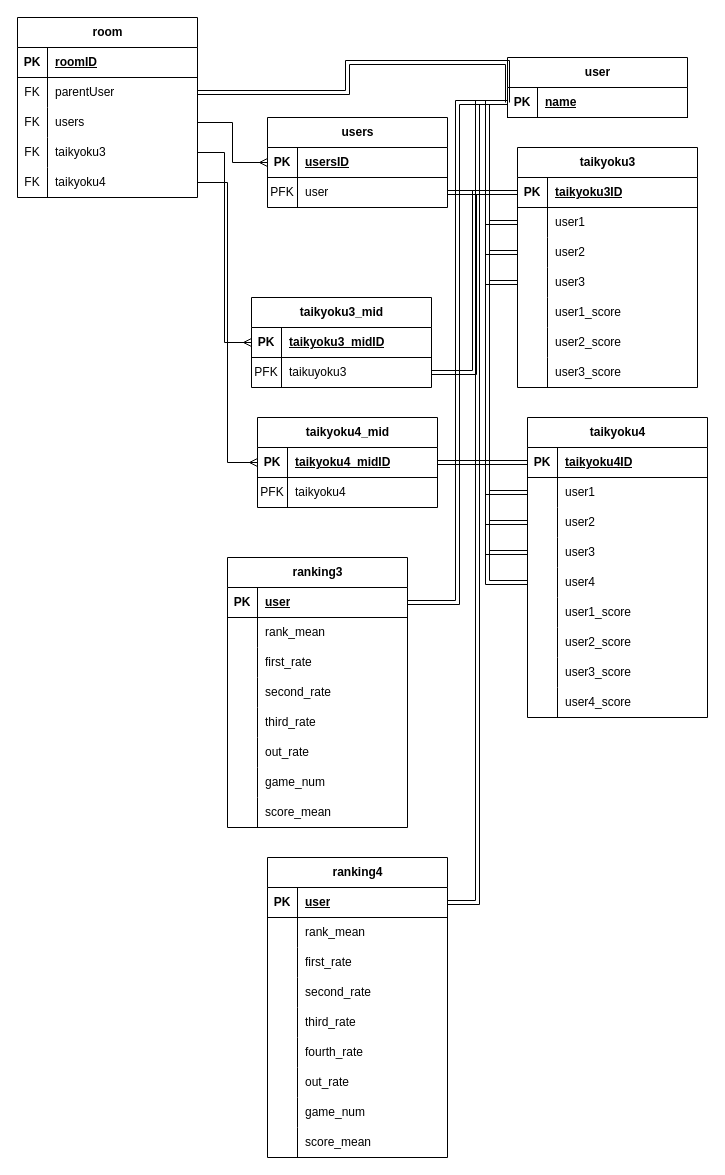
kechigon/PungPals keeps this draw.io diagram as PungPals_ER.drawio. Above is the earlier version. Source tidied: cells renumbered, new cells numbered last; positions are measured from the earlier drawing's top-left corner, leaving out a move shared by most shapes. Both pictures are drawn from the tidied source at 100%, with x=0, y=0 at pixel (17, 17).
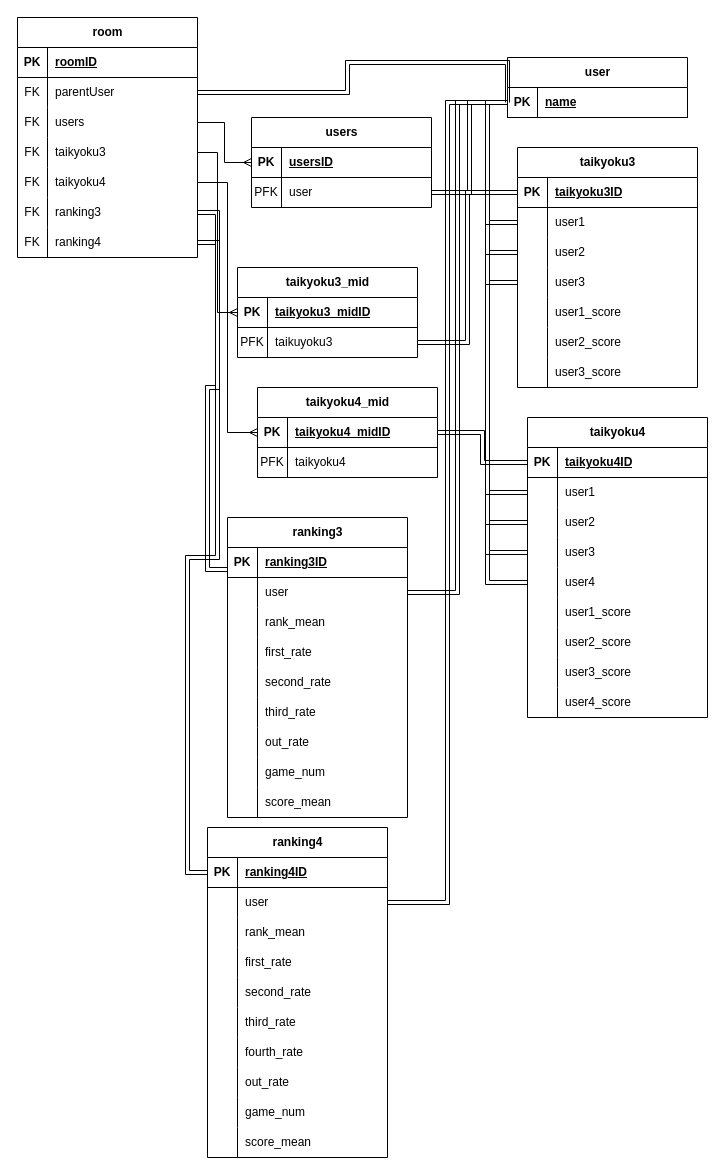
The same page after the edit.

Commit message (it also covers changes not shown here):
PungPals_ER.drawio を更新します

Unchanged cells that the change refers to:
```xml
<mxCell id="48" style="shape=tableRow;horizontal=0;startSize=0;swimlaneHead=0;swimlaneBody=0;fillColor=none;points=[[0,0.5],[1,0.5]];portConstraint=eastwest;top=0;left=0;right=0;bottom=1;" parent="47" vertex="1">
  <mxGeometry y="30" width="180" height="30" as="geometry" />
</mxCell>
<mxCell id="108" style="shape=tableRow;horizontal=0;startSize=0;swimlaneHead=0;swimlaneBody=0;fillColor=none;points=[[0,0.5],[1,0.5]];portConstraint=eastwest;top=0;left=0;right=0;bottom=1;" parent="107" vertex="1">
  <mxGeometry y="30" width="180" height="30" as="geometry" />
</mxCell>
<mxCell id="134" style="shape=tableRow;horizontal=0;startSize=0;swimlaneHead=0;swimlaneBody=0;fillColor=none;points=[[0,0.5],[1,0.5]];portConstraint=eastwest;top=0;left=0;right=0;bottom=1;" parent="133" vertex="1">
  <mxGeometry y="30" width="180" height="30" as="geometry" />
</mxCell>
```

What changed in the source:
```diff
@@
     <mxCell id="2" value="room" style="shape=table;startSize=30;childLayout=tableLayout;rowLines=0;fontStyle=1;align=center;html=1;" parent="1" vertex="1">
-      <mxGeometry width="180" height="180" as="geometry" />
+      <mxGeometry width="180" height="240" as="geometry" />
     </mxCell>
@@
+    <mxCell id="162" style="shape=tableRow;horizontal=0;startSize=0;swimlaneHead=0;swimlaneBody=0;fillColor=none;points=[[0,0.5],[1,0.5]];portConstraint=eastwest;top=0;left=0;right=0;bottom=0;" parent="2" vertex="1">
+      <mxGeometry y="180" width="180" height="30" as="geometry" />
+    </mxCell>
+    <mxCell id="163" value="FK" style="shape=partialRectangle;fillColor=none;top=0;left=0;bottom=0;right=0;overflow=hidden;whiteSpace=wrap;html=1;" parent="162" vertex="1">
+      <mxGeometry width="30" height="30" as="geometry" />
+    </mxCell>
+    <mxCell id="164" value="ranking3" style="shape=partialRectangle;fillColor=none;top=0;left=0;bottom=0;right=0;align=left;spacingLeft=6;overflow=hidden;whiteSpace=wrap;html=1;" parent="162" vertex="1">
+      <mxGeometry x="30" width="150" height="30" as="geometry" />
+    </mxCell>
+    <mxCell id="165" style="shape=tableRow;horizontal=0;startSize=0;swimlaneHead=0;swimlaneBody=0;fillColor=none;points=[[0,0.5],[1,0.5]];portConstraint=eastwest;top=0;left=0;right=0;bottom=0;" parent="2" vertex="1">
+      <mxGeometry y="210" width="180" height="30" as="geometry" />
+    </mxCell>
+    <mxCell id="166" value="FK" style="shape=partialRectangle;fillColor=none;top=0;left=0;bottom=0;right=0;overflow=hidden;whiteSpace=wrap;html=1;" parent="165" vertex="1">
+      <mxGeometry width="30" height="30" as="geometry" />
+    </mxCell>
+    <mxCell id="167" value="ranking4" style="shape=partialRectangle;fillColor=none;top=0;left=0;bottom=0;right=0;align=left;spacingLeft=6;overflow=hidden;whiteSpace=wrap;html=1;" parent="165" vertex="1">
+      <mxGeometry x="30" width="150" height="30" as="geometry" />
+    </mxCell>
     <mxCell id="18" value="users" style="shape=table;startSize=30;childLayout=tableLayout;rowLines=0;fontStyle=1;align=center;html=1;" parent="1" vertex="1">
-      <mxGeometry x="250" y="100" width="180" height="90" as="geometry" />
+      <mxGeometry x="234" y="100" width="180" height="90" as="geometry" />
     </mxCell>
@@
     <mxCell id="54" value="taikyoku3_mid" style="shape=table;startSize=30;childLayout=tableLayout;rowLines=0;fontStyle=1;align=center;html=1;" parent="1" vertex="1">
-      <mxGeometry x="234" y="280" width="180" height="90" as="geometry" />
+      <mxGeometry x="220" y="250" width="180" height="90" as="geometry" />
     </mxCell>
@@
     <mxCell id="63" value="taikyoku4_mid" style="shape=table;startSize=30;childLayout=tableLayout;rowLines=0;fontStyle=1;align=center;html=1;" parent="1" vertex="1">
-      <mxGeometry x="240" y="400" width="180" height="90" as="geometry" />
+      <mxGeometry x="240" y="370" width="180" height="90" as="geometry" />
     </mxCell>
@@
     <mxCell id="107" value="ranking3" style="shape=table;startSize=30;childLayout=tableLayout;rowLines=0;fontStyle=1;align=center;html=1;" parent="1" vertex="1">
-      <mxGeometry x="210" y="540" width="180" height="270" as="geometry" />
+      <mxGeometry x="210" y="500" width="180" height="300" as="geometry" />
     </mxCell>
@@
-    <mxCell id="110" value="user" style="shape=partialRectangle;fillColor=none;top=0;left=0;bottom=0;right=0;align=left;spacingLeft=6;fontStyle=5;overflow=hidden;whiteSpace=wrap;html=1;" parent="108" vertex="1">
+    <mxCell id="110" value="ranking3ID" style="shape=partialRectangle;fillColor=none;top=0;left=0;bottom=0;right=0;align=left;spacingLeft=6;fontStyle=5;overflow=hidden;whiteSpace=wrap;html=1;" parent="108" vertex="1">
       <mxGeometry x="30" width="150" height="30" as="geometry" />
     </mxCell>
+    <mxCell id="168" style="shape=tableRow;horizontal=0;startSize=0;swimlaneHead=0;swimlaneBody=0;fillColor=none;points=[[0,0.5],[1,0.5]];portConstraint=eastwest;top=0;left=0;right=0;bottom=0;" parent="107" vertex="1">
+      <mxGeometry y="60" width="180" height="30" as="geometry" />
+    </mxCell>
+    <mxCell id="169" style="shape=partialRectangle;fillColor=none;top=0;left=0;bottom=0;right=0;overflow=hidden;whiteSpace=wrap;html=1;" parent="168" vertex="1">
+      <mxGeometry width="30" height="30" as="geometry" />
+    </mxCell>
+    <mxCell id="170" value="user" style="shape=partialRectangle;fillColor=none;top=0;left=0;bottom=0;right=0;align=left;spacingLeft=6;overflow=hidden;whiteSpace=wrap;html=1;" parent="168" vertex="1">
+      <mxGeometry x="30" width="150" height="30" as="geometry" />
+    </mxCell>
     <mxCell id="111" style="shape=tableRow;horizontal=0;startSize=0;swimlaneHead=0;swimlaneBody=0;fillColor=none;top=0;left=0;right=0;bottom=0;" parent="107" vertex="1">
-      <mxGeometry y="60" width="180" height="30" as="geometry" />
+      <mxGeometry y="90" width="180" height="30" as="geometry" />
     </mxCell>
@@
     <mxCell id="114" style="shape=tableRow;horizontal=0;startSize=0;swimlaneHead=0;swimlaneBody=0;fillColor=none;top=0;left=0;right=0;bottom=0;" parent="107" vertex="1">
-      <mxGeometry y="90" width="180" height="30" as="geometry" />
+      <mxGeometry y="120" width="180" height="30" as="geometry" />
     </mxCell>
@@
     <mxCell id="117" style="shape=tableRow;horizontal=0;startSize=0;swimlaneHead=0;swimlaneBody=0;fillColor=none;top=0;left=0;right=0;bottom=0;" parent="107" vertex="1">
-      <mxGeometry y="120" width="180" height="30" as="geometry" />
+      <mxGeometry y="150" width="180" height="30" as="geometry" />
     </mxCell>
@@
     <mxCell id="120" style="shape=tableRow;horizontal=0;startSize=0;swimlaneHead=0;swimlaneBody=0;fillColor=none;top=0;left=0;right=0;bottom=0;" parent="107" vertex="1">
-      <mxGeometry y="150" width="180" height="30" as="geometry" />
+      <mxGeometry y="180" width="180" height="30" as="geometry" />
     </mxCell>
@@
     <mxCell id="123" style="shape=tableRow;horizontal=0;startSize=0;swimlaneHead=0;swimlaneBody=0;fillColor=none;top=0;left=0;right=0;bottom=0;" parent="107" vertex="1">
-      <mxGeometry y="180" width="180" height="30" as="geometry" />
+      <mxGeometry y="210" width="180" height="30" as="geometry" />
     </mxCell>
@@
     <mxCell id="126" style="shape=tableRow;horizontal=0;startSize=0;swimlaneHead=0;swimlaneBody=0;fillColor=none;top=0;left=0;right=0;bottom=0;" parent="107" vertex="1">
-      <mxGeometry y="210" width="180" height="30" as="geometry" />
+      <mxGeometry y="240" width="180" height="30" as="geometry" />
     </mxCell>
@@
     <mxCell id="129" style="shape=tableRow;horizontal=0;startSize=0;swimlaneHead=0;swimlaneBody=0;fillColor=none;top=0;left=0;right=0;bottom=0;" parent="107" vertex="1">
-      <mxGeometry y="240" width="180" height="30" as="geometry" />
+      <mxGeometry y="270" width="180" height="30" as="geometry" />
     </mxCell>
@@
-    <mxCell id="132" style="edgeStyle=orthogonalEdgeStyle;rounded=0;jettySize=auto;html=1;entryX=0;entryY=0.5;entryDx=0;entryDy=0;shape=link;" parent="1" edge="1" source="108" target="48">
+    <mxCell id="132" style="edgeStyle=orthogonalEdgeStyle;rounded=0;jettySize=auto;html=1;entryX=0;entryY=0.5;entryDx=0;entryDy=0;shape=link;exitX=1;exitY=0.5;exitDx=0;exitDy=0;" parent="1" edge="1" source="168" target="48">
       <mxGeometry relative="1" as="geometry" />
     </mxCell>
     <mxCell id="133" value="ranking4" style="shape=table;startSize=30;childLayout=tableLayout;rowLines=0;fontStyle=1;align=center;html=1;" parent="1" vertex="1">
-      <mxGeometry x="250" y="840" width="180" height="300" as="geometry" />
+      <mxGeometry x="190" y="810" width="180" height="330" as="geometry" />
     </mxCell>
@@
-    <mxCell id="136" value="user" style="shape=partialRectangle;fillColor=none;top=0;left=0;bottom=0;right=0;align=left;spacingLeft=6;fontStyle=5;overflow=hidden;whiteSpace=wrap;html=1;" parent="134" vertex="1">
+    <mxCell id="136" value="ranking4ID" style="shape=partialRectangle;fillColor=none;top=0;left=0;bottom=0;right=0;align=left;spacingLeft=6;fontStyle=5;overflow=hidden;whiteSpace=wrap;html=1;" parent="134" vertex="1">
       <mxGeometry x="30" width="150" height="30" as="geometry" />
     </mxCell>
+    <mxCell id="171" style="shape=tableRow;horizontal=0;startSize=0;swimlaneHead=0;swimlaneBody=0;fillColor=none;points=[[0,0.5],[1,0.5]];portConstraint=eastwest;top=0;left=0;right=0;bottom=0;" parent="133" vertex="1">
+      <mxGeometry y="60" width="180" height="30" as="geometry" />
+    </mxCell>
+    <mxCell id="172" style="shape=partialRectangle;fillColor=none;top=0;left=0;bottom=0;right=0;overflow=hidden;whiteSpace=wrap;html=1;" parent="171" vertex="1">
+      <mxGeometry width="30" height="30" as="geometry" />
+    </mxCell>
+    <mxCell id="173" value="user" style="shape=partialRectangle;fillColor=none;top=0;left=0;bottom=0;right=0;align=left;spacingLeft=6;overflow=hidden;whiteSpace=wrap;html=1;" parent="171" vertex="1">
+      <mxGeometry x="30" width="150" height="30" as="geometry" />
+    </mxCell>
     <mxCell id="137" style="shape=tableRow;horizontal=0;startSize=0;swimlaneHead=0;swimlaneBody=0;fillColor=none;top=0;left=0;right=0;bottom=0;" parent="133" vertex="1">
-      <mxGeometry y="60" width="180" height="30" as="geometry" />
+      <mxGeometry y="90" width="180" height="30" as="geometry" />
     </mxCell>
@@
     <mxCell id="140" style="shape=tableRow;horizontal=0;startSize=0;swimlaneHead=0;swimlaneBody=0;fillColor=none;top=0;left=0;right=0;bottom=0;" parent="133" vertex="1">
-      <mxGeometry y="90" width="180" height="30" as="geometry" />
+      <mxGeometry y="120" width="180" height="30" as="geometry" />
     </mxCell>
@@
     <mxCell id="143" style="shape=tableRow;horizontal=0;startSize=0;swimlaneHead=0;swimlaneBody=0;fillColor=none;top=0;left=0;right=0;bottom=0;" parent="133" vertex="1">
-      <mxGeometry y="120" width="180" height="30" as="geometry" />
+      <mxGeometry y="150" width="180" height="30" as="geometry" />
     </mxCell>
@@
     <mxCell id="146" style="shape=tableRow;horizontal=0;startSize=0;swimlaneHead=0;swimlaneBody=0;fillColor=none;top=0;left=0;right=0;bottom=0;" parent="133" vertex="1">
-      <mxGeometry y="150" width="180" height="30" as="geometry" />
+      <mxGeometry y="180" width="180" height="30" as="geometry" />
     </mxCell>
@@
     <mxCell id="149" style="shape=tableRow;horizontal=0;startSize=0;swimlaneHead=0;swimlaneBody=0;fillColor=none;top=0;left=0;right=0;bottom=0;" parent="133" vertex="1">
-      <mxGeometry y="180" width="180" height="30" as="geometry" />
+      <mxGeometry y="210" width="180" height="30" as="geometry" />
     </mxCell>
@@
     <mxCell id="152" style="shape=tableRow;horizontal=0;startSize=0;swimlaneHead=0;swimlaneBody=0;fillColor=none;top=0;left=0;right=0;bottom=0;" parent="133" vertex="1">
-      <mxGeometry y="210" width="180" height="30" as="geometry" />
+      <mxGeometry y="240" width="180" height="30" as="geometry" />
     </mxCell>
@@
     <mxCell id="155" style="shape=tableRow;horizontal=0;startSize=0;swimlaneHead=0;swimlaneBody=0;fillColor=none;top=0;left=0;right=0;bottom=0;" parent="133" vertex="1">
-      <mxGeometry y="240" width="180" height="30" as="geometry" />
+      <mxGeometry y="270" width="180" height="30" as="geometry" />
     </mxCell>
@@
     <mxCell id="158" style="shape=tableRow;horizontal=0;startSize=0;swimlaneHead=0;swimlaneBody=0;fillColor=none;top=0;left=0;right=0;bottom=0;" parent="133" vertex="1">
-      <mxGeometry y="270" width="180" height="30" as="geometry" />
+      <mxGeometry y="300" width="180" height="30" as="geometry" />
     </mxCell>
@@
-    <mxCell id="161" style="edgeStyle=orthogonalEdgeStyle;rounded=0;jettySize=auto;html=1;shape=link;" parent="1" edge="1" source="134" target="48">
+    <mxCell id="161" style="edgeStyle=orthogonalEdgeStyle;rounded=0;jettySize=auto;html=1;shape=link;exitX=1;exitY=0.5;exitDx=0;exitDy=0;" parent="1" edge="1" source="171" target="48">
       <mxGeometry relative="1" as="geometry" />
     </mxCell>
+    <mxCell id="174" style="edgeStyle=orthogonalEdgeStyle;rounded=0;jettySize=auto;html=1;entryX=0;entryY=0.733;entryDx=0;entryDy=0;entryPerimeter=0;shape=link;" parent="1" edge="1" source="162" target="108">
+      <mxGeometry relative="1" as="geometry" />
+    </mxCell>
+    <mxCell id="175" style="edgeStyle=orthogonalEdgeStyle;rounded=0;jettySize=auto;html=1;entryX=0;entryY=0.5;entryDx=0;entryDy=0;shape=link;" parent="1" edge="1" source="165" target="134">
+      <mxGeometry relative="1" as="geometry" />
+    </mxCell>
```
